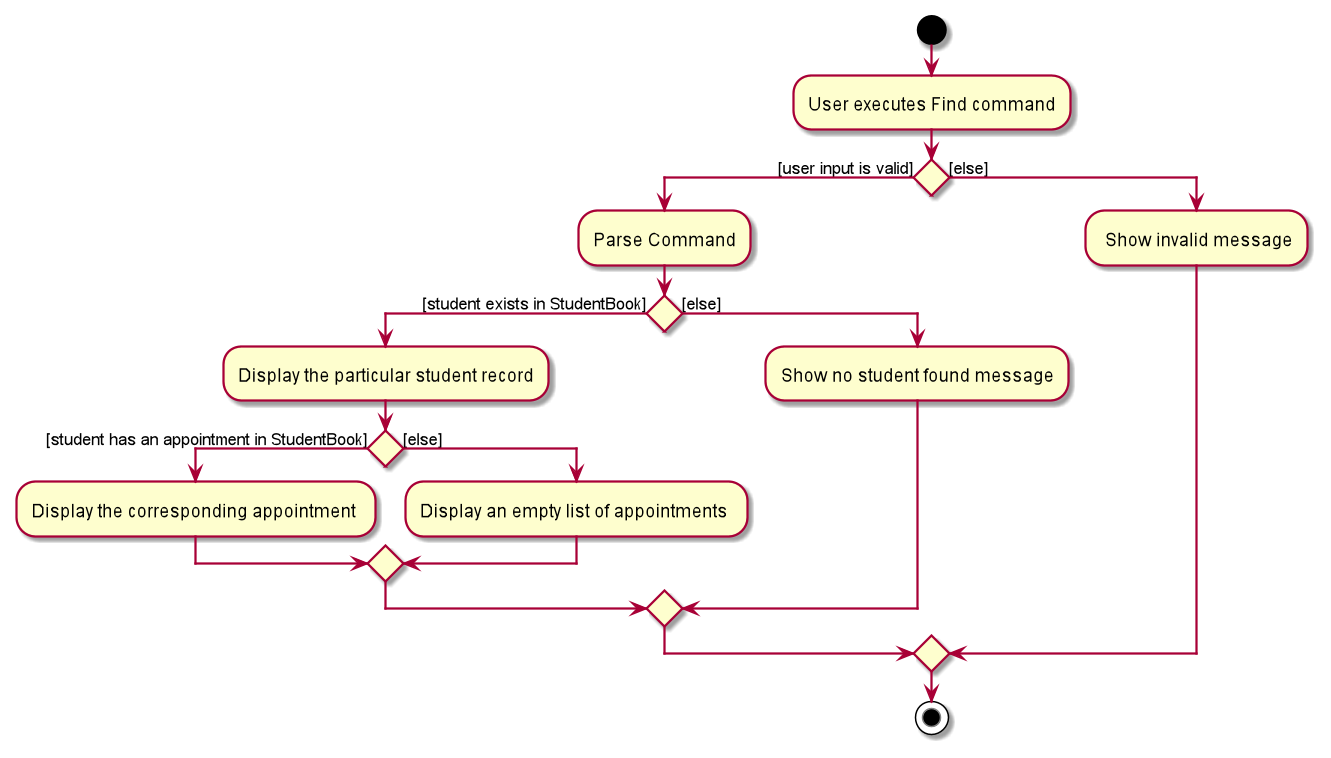
Before: docs/images/FindStudentActivityDiagram.png, a diagram exported from PlantUML (nus-cs2103-AY2021S2/tp).
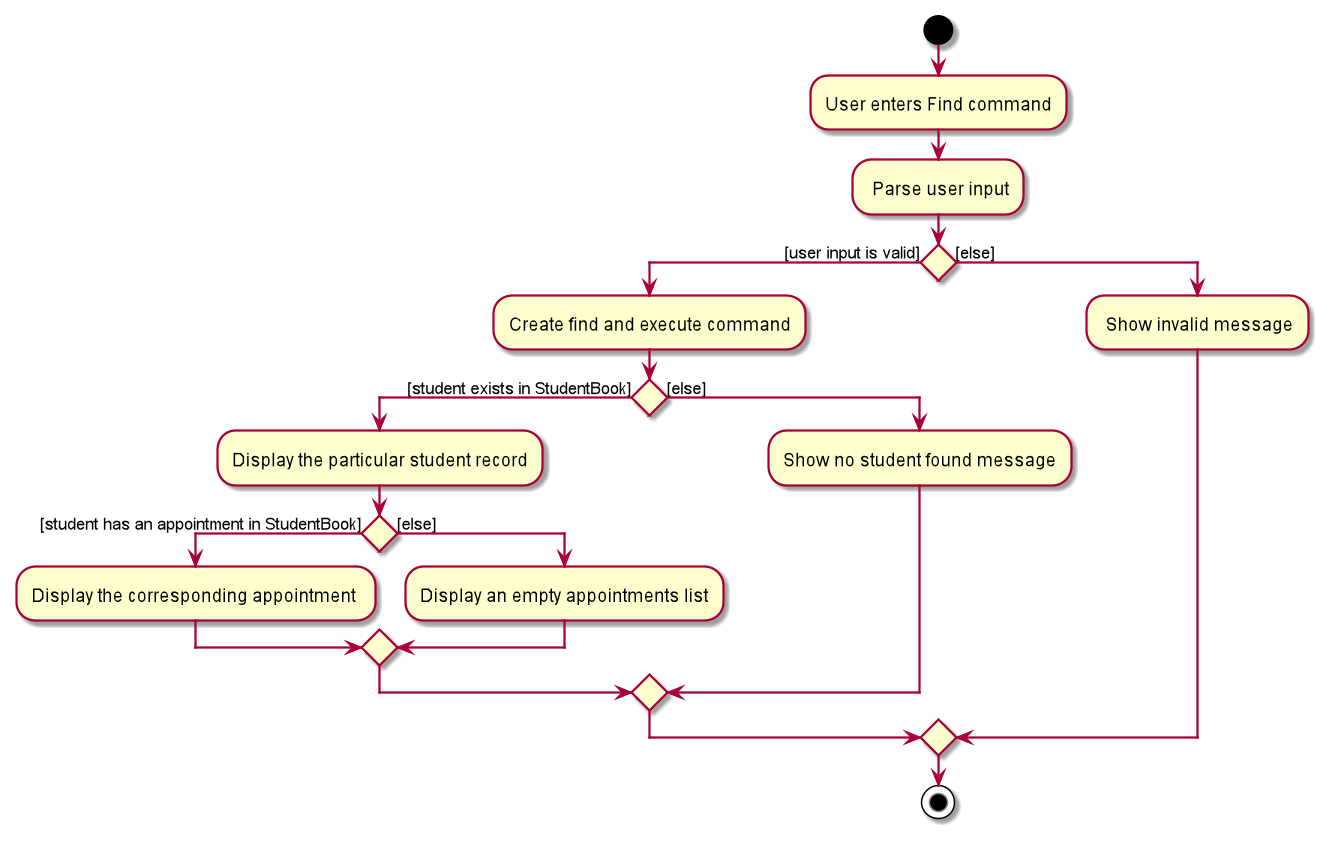
The same diagram one commit later.

Commit message:
Update activity diagram

The edit, as a diff of the source:
```diff
@@ -1,17 +1,17 @@
 @startuml
 start
-:User executes Find command;
-
+:User enters Find command;
+: Parse user input;
 
 if () then ([user input is valid])
-    :Parse Command;
+    :Create find and execute command;
     if () then ([student exists in StudentBook])
         :Display the particular student record;
          if () then ([student has an appointment in StudentBook])
                 :Display the corresponding appointment ;
 
          else ([else])
-                :Display an empty list of appointments ;
+                :Display an empty appointments list;
          endif
     else ([else])
         :Show no student found message;
```
